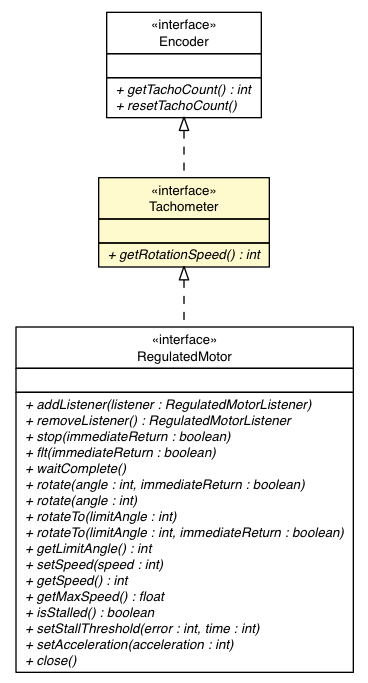
DMyTryC/ev3dev-lang-java keeps this Graphviz diagram as docs/api/lejos/robotics/Tachometer.png. Above is the earlier version. Its source is kept beside it as docs/api/lejos/robotics/Tachometer.dot.
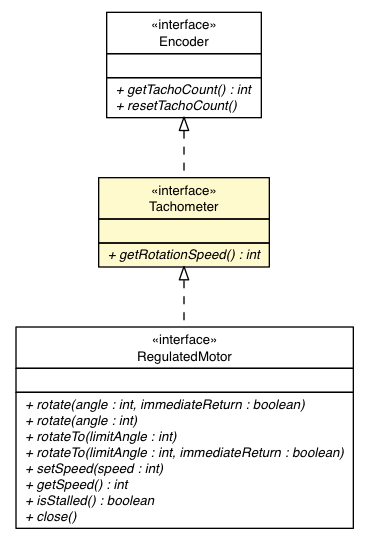
After the commit.

What changed in the source:
```diff
@@ -4,7 +4,7 @@
 	node [fontname="Helvetica",fontsize=10,shape=plaintext];
 	nodesep=0.25;
 	ranksep=0.5;
-	c3750 [label=<<table title="lejos.robotics.Encoder" border="0" cellborder="1" cellspacing="0" cellpadding="2" port="p" href="./Encoder.html">
+	c6040 [label=<<table title="lejos.robotics.Encoder" border="0" cellborder="1" cellspacing="0" cellpadding="2" port="p" href="./Encoder.html">
 		<tr><td><table border="0" cellspacing="0" cellpadding="1">
 <tr><td align="center" balign="center"> &#171;interface&#187; </td></tr>
 <tr><td align="center" balign="center"> Encoder </td></tr>
@@ -17,7 +17,7 @@
 <tr><td align="left" balign="left"><font face="Helvetica-Oblique" point-size="10.0"> + resetTachoCount() </font></td></tr>
 		</table></td></tr>
 		</table>>, URL="./Encoder.html", fontname="Helvetica", fontcolor="black", fontsize=10.0];
-	c3751 [label=<<table title="lejos.robotics.RegulatedMotor" border="0" cellborder="1" cellspacing="0" cellpadding="2" port="p" href="./RegulatedMotor.html">
+	c6042 [label=<<table title="lejos.robotics.RegulatedMotor" border="0" cellborder="1" cellspacing="0" cellpadding="2" port="p" href="./RegulatedMotor.html">
 		<tr><td><table border="0" cellspacing="0" cellpadding="1">
 <tr><td align="center" balign="center"> &#171;interface&#187; </td></tr>
 <tr><td align="center" balign="center"> RegulatedMotor </td></tr>
@@ -26,26 +26,17 @@
 <tr><td align="left" balign="left">  </td></tr>
 		</table></td></tr>
 		<tr><td><table border="0" cellspacing="0" cellpadding="1">
-<tr><td align="left" balign="left"><font face="Helvetica-Oblique" point-size="10.0"> + addListener(listener : RegulatedMotorListener) </font></td></tr>
-<tr><td align="left" balign="left"><font face="Helvetica-Oblique" point-size="10.0"> + removeListener() : RegulatedMotorListener </font></td></tr>
-<tr><td align="left" balign="left"><font face="Helvetica-Oblique" point-size="10.0"> + stop(immediateReturn : boolean) </font></td></tr>
-<tr><td align="left" balign="left"><font face="Helvetica-Oblique" point-size="10.0"> + flt(immediateReturn : boolean) </font></td></tr>
-<tr><td align="left" balign="left"><font face="Helvetica-Oblique" point-size="10.0"> + waitComplete() </font></td></tr>
 <tr><td align="left" balign="left"><font face="Helvetica-Oblique" point-size="10.0"> + rotate(angle : int, immediateReturn : boolean) </font></td></tr>
 <tr><td align="left" balign="left"><font face="Helvetica-Oblique" point-size="10.0"> + rotate(angle : int) </font></td></tr>
 <tr><td align="left" balign="left"><font face="Helvetica-Oblique" point-size="10.0"> + rotateTo(limitAngle : int) </font></td></tr>
 <tr><td align="left" balign="left"><font face="Helvetica-Oblique" point-size="10.0"> + rotateTo(limitAngle : int, immediateReturn : boolean) </font></td></tr>
-<tr><td align="left" balign="left"><font face="Helvetica-Oblique" point-size="10.0"> + getLimitAngle() : int </font></td></tr>
 <tr><td align="left" balign="left"><font face="Helvetica-Oblique" point-size="10.0"> + setSpeed(speed : int) </font></td></tr>
 <tr><td align="left" balign="left"><font face="Helvetica-Oblique" point-size="10.0"> + getSpeed() : int </font></td></tr>
-<tr><td align="left" balign="left"><font face="Helvetica-Oblique" point-size="10.0"> + getMaxSpeed() : float </font></td></tr>
 <tr><td align="left" balign="left"><font face="Helvetica-Oblique" point-size="10.0"> + isStalled() : boolean </font></td></tr>
-<tr><td align="left" balign="left"><font face="Helvetica-Oblique" point-size="10.0"> + setStallThreshold(error : int, time : int) </font></td></tr>
-<tr><td align="left" balign="left"><font face="Helvetica-Oblique" point-size="10.0"> + setAcceleration(acceleration : int) </font></td></tr>
 <tr><td align="left" balign="left"><font face="Helvetica-Oblique" point-size="10.0"> + close() </font></td></tr>
 		</table></td></tr>
 		</table>>, URL="./RegulatedMotor.html", fontname="Helvetica", fontcolor="black", fontsize=10.0];
-	c3754 [label=<<table title="lejos.robotics.Tachometer" border="0" cellborder="1" cellspacing="0" cellpadding="2" port="p" bgcolor="lemonChiffon" href="./Tachometer.html">
+	c6044 [label=<<table title="lejos.robotics.Tachometer" border="0" cellborder="1" cellspacing="0" cellpadding="2" port="p" bgcolor="lemonChiffon" href="./Tachometer.html">
 		<tr><td><table border="0" cellspacing="0" cellpadding="1">
 <tr><td align="center" balign="center"> &#171;interface&#187; </td></tr>
 <tr><td align="center" balign="center"> Tachometer </td></tr>
@@ -57,6 +48,6 @@
 <tr><td align="left" balign="left"><font face="Helvetica-Oblique" point-size="10.0"> + getRotationSpeed() : int </font></td></tr>
 		</table></td></tr>
 		</table>>, URL="./Tachometer.html", fontname="Helvetica", fontcolor="black", fontsize=10.0];
-	c3754:p -> c3751:p [dir=back,arrowtail=empty,style=dashed];
-	c3750:p -> c3754:p [dir=back,arrowtail=empty,style=dashed];
+	c6044:p -> c6042:p [dir=back,arrowtail=empty,style=dashed];
+	c6040:p -> c6044:p [dir=back,arrowtail=empty,style=dashed];
 }
```
